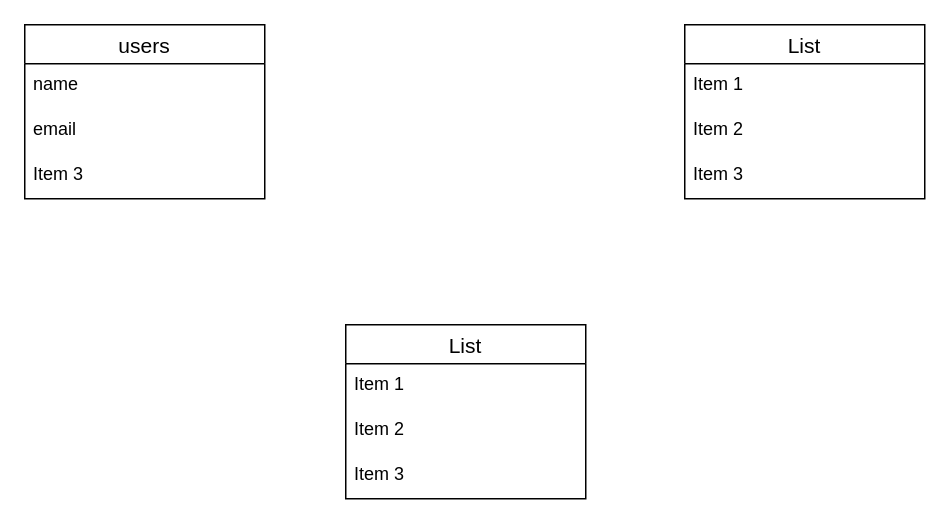
The draw.io diagram word_storage.dio in zooootech/word-storage, before the edit. Source tidied: cells renumbered, new cells numbered last; positions are measured from the earlier drawing's top-left corner, leaving out a move shared by most shapes. Both pictures are drawn from the tidied source at 150%, with x=0, y=0 at pixel (24, 24).
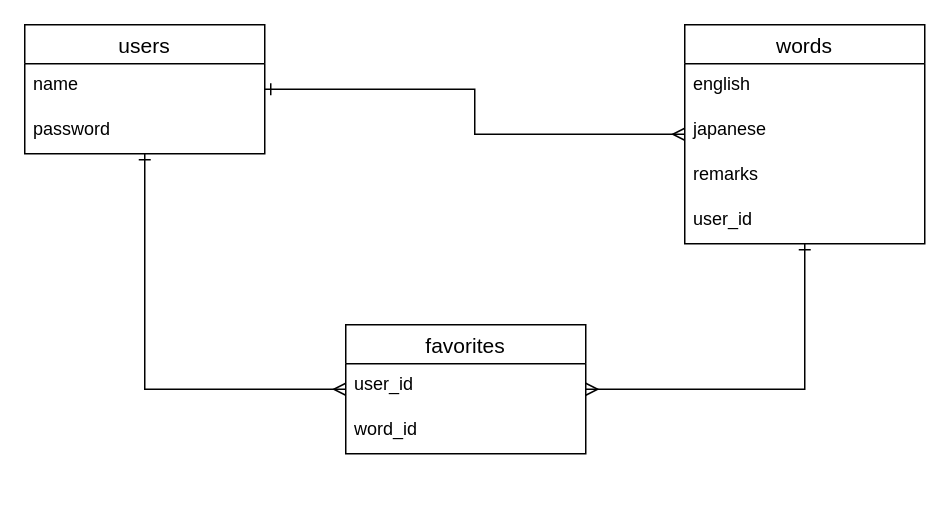
After the change.

Change to the diagram source:
```diff
@@
 <mxGraphModel>
   <root>
     <mxCell id="0" />
     <mxCell id="1" parent="0" />
+    <mxCell id="14" style="edgeStyle=orthogonalEdgeStyle;rounded=0;jettySize=auto;html=1;startArrow=ERone;startFill=0;endArrow=ERmany;endFill=0;" parent="1" edge="1" source="2" target="10">
+      <mxGeometry relative="1" as="geometry">
+        <Array as="points">
+          <mxPoint x="520" y="243" />
+        </Array>
+      </mxGeometry>
+    </mxCell>
-    <mxCell id="2" value="List" style="swimlane;fontStyle=0;horizontal=1;startSize=26;align=center;fontSize=14;" parent="1" vertex="1">
-      <mxGeometry x="440" width="160" height="116" as="geometry" />
+    <mxCell id="2" value="words" style="swimlane;fontStyle=0;horizontal=1;startSize=26;align=center;fontSize=14;" parent="1" vertex="1">
+      <mxGeometry x="440" width="160" height="146" as="geometry" />
     </mxCell>
-    <mxCell id="3" value="Item 1" style="text;strokeColor=none;fillColor=none;spacingLeft=4;spacingRight=4;overflow=hidden;fontSize=12;" parent="2" vertex="1">
+    <mxCell id="3" value="english" style="text;strokeColor=none;fillColor=none;spacingLeft=4;spacingRight=4;overflow=hidden;fontSize=12;" parent="2" vertex="1">
       <mxGeometry y="26" width="160" height="30" as="geometry" />
     </mxCell>
-    <mxCell id="4" value="Item 2" style="text;strokeColor=none;fillColor=none;spacingLeft=4;spacingRight=4;overflow=hidden;fontSize=12;" parent="2" vertex="1">
+    <mxCell id="4" value="japanese" style="text;strokeColor=none;fillColor=none;spacingLeft=4;spacingRight=4;overflow=hidden;fontSize=12;" parent="2" vertex="1">
       <mxGeometry y="56" width="160" height="30" as="geometry" />
     </mxCell>
-    <mxCell id="5" value="Item 3" style="text;strokeColor=none;fillColor=none;spacingLeft=4;spacingRight=4;overflow=hidden;fontSize=12;" parent="2" vertex="1">
+    <mxCell id="5" value="remarks" style="text;strokeColor=none;fillColor=none;spacingLeft=4;spacingRight=4;overflow=hidden;fontSize=12;" parent="2" vertex="1">
       <mxGeometry y="86" width="160" height="30" as="geometry" />
     </mxCell>
+    <mxCell id="15" value="user_id" style="text;strokeColor=none;fillColor=none;spacingLeft=4;spacingRight=4;overflow=hidden;fontSize=12;" parent="2" vertex="1">
+      <mxGeometry y="116" width="160" height="30" as="geometry" />
+    </mxCell>
+    <mxCell id="16" style="edgeStyle=orthogonalEdgeStyle;rounded=0;jettySize=auto;html=1;endArrow=ERmany;endFill=0;startArrow=ERone;startFill=0;" parent="1" edge="1" source="6" target="2">
+      <mxGeometry relative="1" as="geometry" />
+    </mxCell>
+    <mxCell id="17" style="edgeStyle=orthogonalEdgeStyle;rounded=0;jettySize=auto;html=1;startArrow=ERone;startFill=0;endArrow=ERmany;endFill=0;" parent="1" edge="1" source="6" target="10">
+      <mxGeometry relative="1" as="geometry">
+        <Array as="points">
+          <mxPoint x="80" y="243" />
+        </Array>
+      </mxGeometry>
+    </mxCell>
     <mxCell id="6" value="users" style="swimlane;fontStyle=0;horizontal=1;startSize=26;align=center;fontSize=14;" parent="1" vertex="1">
-      <mxGeometry width="160" height="116" as="geometry" />
+      <mxGeometry width="160" height="86" as="geometry" />
     </mxCell>
     <mxCell id="7" value="name" style="text;strokeColor=none;fillColor=none;spacingLeft=4;spacingRight=4;overflow=hidden;fontSize=12;" parent="6" vertex="1">
       <mxGeometry y="26" width="160" height="30" as="geometry" />
     </mxCell>
-    <mxCell id="8" value="email" style="text;strokeColor=none;fillColor=none;spacingLeft=4;spacingRight=4;overflow=hidden;fontSize=12;" parent="6" vertex="1">
-      <mxGeometry y="56" width="160" height="30" as="geometry" />
-    </mxCell>
-    <mxCell id="9" value="Item 3" style="text;strokeColor=none;fillColor=none;spacingLeft=4;spacingRight=4;overflow=hidden;fontSize=12;" parent="6" vertex="1">
-      <mxGeometry y="86" width="160" height="30" as="geometry" />
+    <mxCell id="9" value="password" style="text;strokeColor=none;fillColor=none;spacingLeft=4;spacingRight=4;overflow=hidden;fontSize=12;" parent="6" vertex="1">
+      <mxGeometry y="56" width="160" height="30" as="geometry" />
     </mxCell>
-    <mxCell id="10" value="List" style="swimlane;fontStyle=0;horizontal=1;startSize=26;align=center;fontSize=14;" parent="1" vertex="1">
-      <mxGeometry x="214" y="200" width="160" height="116" as="geometry" />
+    <mxCell id="10" value="favorites" style="swimlane;fontStyle=0;horizontal=1;startSize=26;align=center;fontSize=14;" parent="1" vertex="1">
+      <mxGeometry x="214" y="200" width="160" height="86" as="geometry" />
     </mxCell>
-    <mxCell id="11" value="Item 1" style="text;strokeColor=none;fillColor=none;spacingLeft=4;spacingRight=4;overflow=hidden;fontSize=12;" parent="10" vertex="1">
+    <mxCell id="11" value="user_id" style="text;strokeColor=none;fillColor=none;spacingLeft=4;spacingRight=4;overflow=hidden;fontSize=12;" parent="10" vertex="1">
       <mxGeometry y="26" width="160" height="30" as="geometry" />
     </mxCell>
-    <mxCell id="12" value="Item 2" style="text;strokeColor=none;fillColor=none;spacingLeft=4;spacingRight=4;overflow=hidden;fontSize=12;" parent="10" vertex="1">
+    <mxCell id="12" value="word_id" style="text;strokeColor=none;fillColor=none;spacingLeft=4;spacingRight=4;overflow=hidden;fontSize=12;" parent="10" vertex="1">
       <mxGeometry y="56" width="160" height="30" as="geometry" />
     </mxCell>
-    <mxCell id="13" value="Item 3" style="text;strokeColor=none;fillColor=none;spacingLeft=4;spacingRight=4;overflow=hidden;fontSize=12;" parent="10" vertex="1">
-      <mxGeometry y="86" width="160" height="30" as="geometry" />
-    </mxCell>
   </root>
 </mxGraphModel>
```
